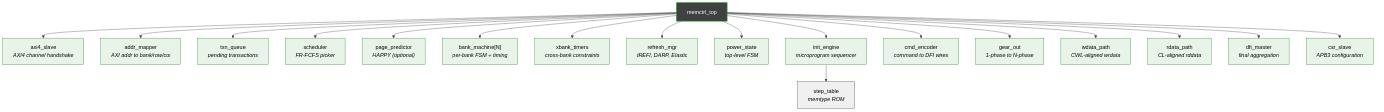
Above: projects/components/memory-controllers/pumice-ddr2-lpddr2/docs/pumice_has/assets/mermaid/02_module_hierarchy.png in sean-galloway/RTLDesignSherpa (Mermaid), before the change. Its source is kept beside it as projects/components/memory-controllers/pumice-ddr2-lpddr2/docs/pumice_has/assets/mermaid/02_module_hierarchy.mmd. Its diagram source:
```mermaid
%%{init: {'theme': 'base', 'themeVariables': { 'primaryColor': '#e8f4e8', 'primaryTextColor': '#000', 'primaryBorderColor': '#228B22', 'lineColor': '#404040', 'secondaryColor': '#f0f0f0', 'tertiaryColor': '#fff'}}}%%
graph TD
    soc["SoC top"]
    soc --> axi_frontend["axi_frontend_macro"]
    soc --> core["ddr2_lpddr2_core_macro"]

    axi_frontend --> axi_intake["axi_intake<br/><i>AXI4 protocol + w_buf + b_fifo</i>"]
    axi_frontend --> addr_mapper["addr_mapper<br/><i>flat addr to bank/row/col</i>"]
    axi_frontend --> wr_cmd_cam["wr_cmd_cam<br/><i>W-side slot bank</i>"]
    axi_frontend --> rd_cmd_cam["rd_cmd_cam<br/><i>R-side slot bank</i>"]
    axi_frontend --> wr2rd_forward["wr2rd_forward<br/><i>W to R snarf bypass</i>"]

    core --> command_scheduler["command_scheduler_macro"]
    core --> data_path["data_path_macro"]
    core --> dfi_v21_interface["dfi_v21_interface_macro"]

    command_scheduler --> scheduler["scheduler<br/><i>FR-FCFS closed-page</i>"]
    command_scheduler --> xbank_timers["xbank_timers<br/><i>per-(rank,bank) JEDEC counters</i>"]
    command_scheduler --> global_timers["global_timers<br/><i>tFAW/tRRD/tWTR/tRTW windows</i>"]
    command_scheduler --> refresh_ctrl["refresh_ctrl<br/><i>tREFI postponer</i>"]
    command_scheduler --> powerdown_ctrl["powerdown_ctrl<br/><i>Active/APD/SR/DPD FSM, CKE</i>"]
    command_scheduler --> mode_register["mode_register<br/><i>MR0-3 decode to live CL/CWL/BL/AL</i>"]
    command_scheduler --> init_sequencer["init_sequencer<br/><i>cold-boot microprogram</i>"]

    data_path --> wr_beat_sequencer["wr_beat_sequencer<br/><i>w_buf pull to DFI wrdata</i>"]
    data_path --> rd_cl_aligner["rd_cl_aligner<br/><i>DFI rddata capture to rd_inject</i>"]

    dfi_v21_interface --> dfi_cmd_formatter["dfi_cmd_formatter<br/><i>JEDEC cmd truth table</i>"]
    dfi_v21_interface --> dfi_signal_pack["dfi_signal_pack<br/><i>multi-phase DFI pack</i>"]

    classDef soc fill:#404040,stroke:#228B22,stroke-width:2px,color:#fff
    classDef macro fill:#fef6c8,stroke:#b08000,stroke-width:2px,color:#000
    classDef fub fill:#e8f4e8,stroke:#228B22,stroke-width:1px,color:#000

    class soc soc
    class axi_frontend,core,command_scheduler,data_path,dfi_v21_interface macro
    class axi_intake,addr_mapper,wr_cmd_cam,rd_cmd_cam,wr2rd_forward,scheduler,xbank_timers,global_timers,refresh_ctrl,powerdown_ctrl,mode_register,init_sequencer,wr_beat_sequencer,rd_cl_aligner,dfi_cmd_formatter,dfi_signal_pack fub
```
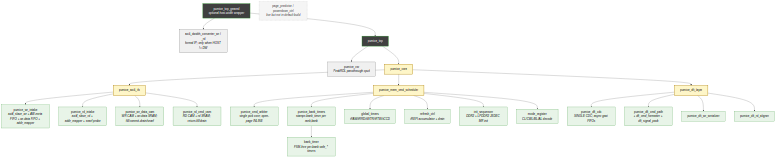
Later version of the same file.

Diff of the diagram source:
```diff
@@ -1,37 +1,49 @@
 %%{init: {'theme': 'base', 'themeVariables': { 'primaryColor': '#e8f4e8', 'primaryTextColor': '#000', 'primaryBorderColor': '#228B22', 'lineColor': '#404040', 'secondaryColor': '#f0f0f0', 'tertiaryColor': '#fff'}}}%%
 graph TD
-    soc["SoC top"]
-    soc --> axi_frontend["axi_frontend_macro"]
-    soc --> core["ddr2_lpddr2_core_macro"]
+    geared["pumice_top_geared<br/><i>optional host-width wrapper</i>"]
+    dwc["axi4_dwidth_converter_wr / _rd<br/><i>formal IP; only when HOST != DW</i>"]
+    top["pumice_top"]
+    csr["pumice_csr<br/><i>PeakRDL passthrough cpuif</i>"]
+    core["pumice_core"]
 
-    axi_frontend --> axi_intake["axi_intake<br/><i>AXI4 protocol + w_buf + b_fifo</i>"]
-    axi_frontend --> addr_mapper["addr_mapper<br/><i>flat addr to bank/row/col</i>"]
-    axi_frontend --> wr_cmd_cam["wr_cmd_cam<br/><i>W-side slot bank</i>"]
-    axi_frontend --> rd_cmd_cam["rd_cmd_cam<br/><i>R-side slot bank</i>"]
-    axi_frontend --> wr2rd_forward["wr2rd_forward<br/><i>W to R snarf bypass</i>"]
+    geared --> dwc
+    geared --> top
+    top --> csr
+    top --> core
 
-    core --> command_scheduler["command_scheduler_macro"]
-    core --> data_path["data_path_macro"]
-    core --> dfi_v21_interface["dfi_v21_interface_macro"]
+    core --> ifc["pumice_axi4_ifc"]
+    core --> sched["pumice_mem_cmd_scheduler"]
+    core --> dfi["pumice_dfi_layer"]
 
-    command_scheduler --> scheduler["scheduler<br/><i>FR-FCFS closed-page</i>"]
-    command_scheduler --> xbank_timers["xbank_timers<br/><i>per-(rank,bank) JEDEC counters</i>"]
-    command_scheduler --> global_timers["global_timers<br/><i>tFAW/tRRD/tWTR/tRTW windows</i>"]
-    command_scheduler --> refresh_ctrl["refresh_ctrl<br/><i>tREFI postponer</i>"]
-    command_scheduler --> powerdown_ctrl["powerdown_ctrl<br/><i>Active/APD/SR/DPD FSM, CKE</i>"]
-    command_scheduler --> mode_register["mode_register<br/><i>MR0-3 decode to live CL/CWL/BL/AL</i>"]
-    command_scheduler --> init_sequencer["init_sequencer<br/><i>cold-boot microprogram</i>"]
+    ifc --> wr_intake["pumice_wr_intake<br/><i>axi4_slave_wr + AW-meta FIFO + wr-data FIFO + addr_mapper</i>"]
+    ifc --> rd_intake["pumice_rd_intake<br/><i>axi4_slave_rd + addr_mapper + snarf probe</i>"]
+    ifc --> wr_data_cam["pumice_wr_data_cam<br/><i>WR CAM + wr-data SRAM; fill/commit-drain/snarf</i>"]
+    ifc --> rd_cmd_cam["pumice_rd_cmd_cam<br/><i>RD CAM + rd SRAM; return-fill/drain</i>"]
 
-    data_path --> wr_beat_sequencer["wr_beat_sequencer<br/><i>w_buf pull to DFI wrdata</i>"]
-    data_path --> rd_cl_aligner["rd_cl_aligner<br/><i>DFI rddata capture to rd_inject</i>"]
+    sched --> cmd_arbiter["pumice_cmd_arbiter<br/><i>single pick core; open-page INLINE</i>"]
+    sched --> bank_timers["pumice_bank_timers<br/><i>stamps bank_timer per rank,bank</i>"]
+    sched --> global_timers["global_timers<br/><i>tFAW/tRRD/tWTR/tRTW/tCCD</i>"]
+    sched --> refresh_ctrl["refresh_ctrl<br/><i>tREFI accumulator + drain</i>"]
+    sched --> init_sequencer["init_sequencer<br/><i>DDR2 + LPDDR2 JEDEC MR init</i>"]
+    sched --> mode_register["mode_register<br/><i>CL/CWL/BL/AL decode</i>"]
 
-    dfi_v21_interface --> dfi_cmd_formatter["dfi_cmd_formatter<br/><i>JEDEC cmd truth table</i>"]
-    dfi_v21_interface --> dfi_signal_pack["dfi_signal_pack<br/><i>multi-phase DFI pack</i>"]
+    bank_timers --> bank_timer["bank_timer<br/><i>FSM-free per-bank safe_* timers</i>"]
 
-    classDef soc fill:#404040,stroke:#228B22,stroke-width:2px,color:#fff
+    dfi --> dfi_cdc["pumice_dfi_cdc<br/><i>SINGLE CDC; async gaxi FIFOs</i>"]
+    dfi --> dfi_cmd_path["pumice_dfi_cmd_path<br/><i>+ dfi_cmd_formatter + dfi_signal_pack</i>"]
+    dfi --> dfi_wr_ser["pumice_dfi_wr_serializer"]
+    dfi --> dfi_rd_align["pumice_dfi_rd_aligner"]
+
+    opt["page_predictor / powerdown_ctrl<br/><i>live but not in default build</i>"]
+
+    classDef top fill:#404040,stroke:#228B22,stroke-width:2px,color:#fff
     classDef macro fill:#fef6c8,stroke:#b08000,stroke-width:2px,color:#000
     classDef fub fill:#e8f4e8,stroke:#228B22,stroke-width:1px,color:#000
+    classDef ip fill:#f0f0f0,stroke:#404040,stroke-width:1px,color:#000
+    classDef optcls fill:#f5f5f5,stroke:#999,stroke-width:1px,stroke-dasharray:4 3,color:#333
 
-    class soc soc
-    class axi_frontend,core,command_scheduler,data_path,dfi_v21_interface macro
-    class axi_intake,addr_mapper,wr_cmd_cam,rd_cmd_cam,wr2rd_forward,scheduler,xbank_timers,global_timers,refresh_ctrl,powerdown_ctrl,mode_register,init_sequencer,wr_beat_sequencer,rd_cl_aligner,dfi_cmd_formatter,dfi_signal_pack fub
+    class geared,top top
+    class core,ifc,sched,dfi macro
+    class csr,dwc ip
+    class wr_intake,rd_intake,wr_data_cam,rd_cmd_cam,cmd_arbiter,bank_timers,bank_timer,global_timers,refresh_ctrl,init_sequencer,mode_register,dfi_cdc,dfi_cmd_path,dfi_wr_ser,dfi_rd_align fub
+    class opt optcls
```
